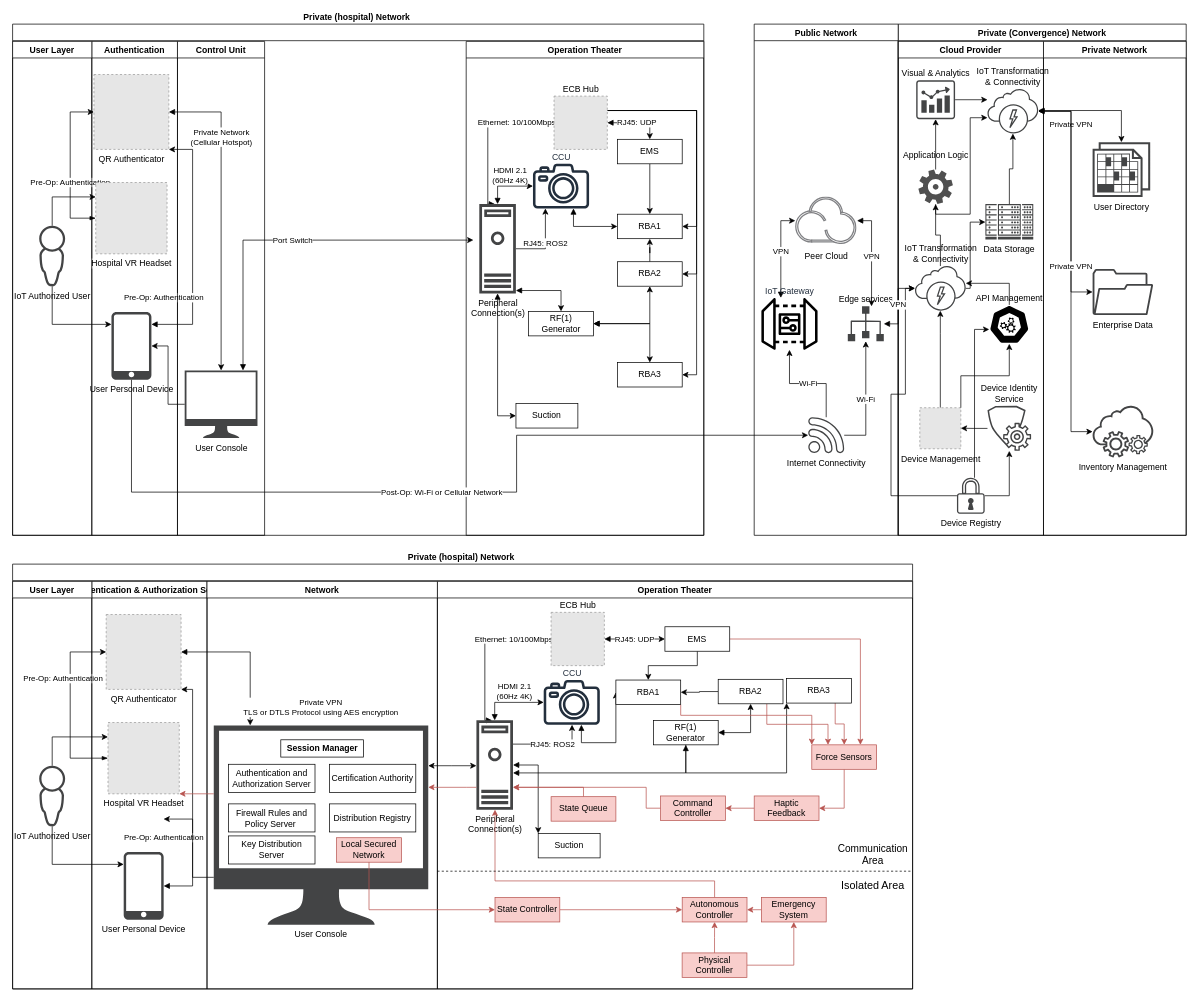
This is ConvMed-V01Architecture.drawio from PJPDQ/Engineering-Workflows, a draw.io file, before an edit. Source tidied: cells renumbered, new cells numbered last; positions are measured from the earlier drawing's top-left corner, leaving out a move shared by most shapes. Both pictures are drawn from the tidied source at 72%, with x=0, y=0 at pixel (12, 24). Pictures stored in the file or linked from it are replaced by grey dashed boxes.
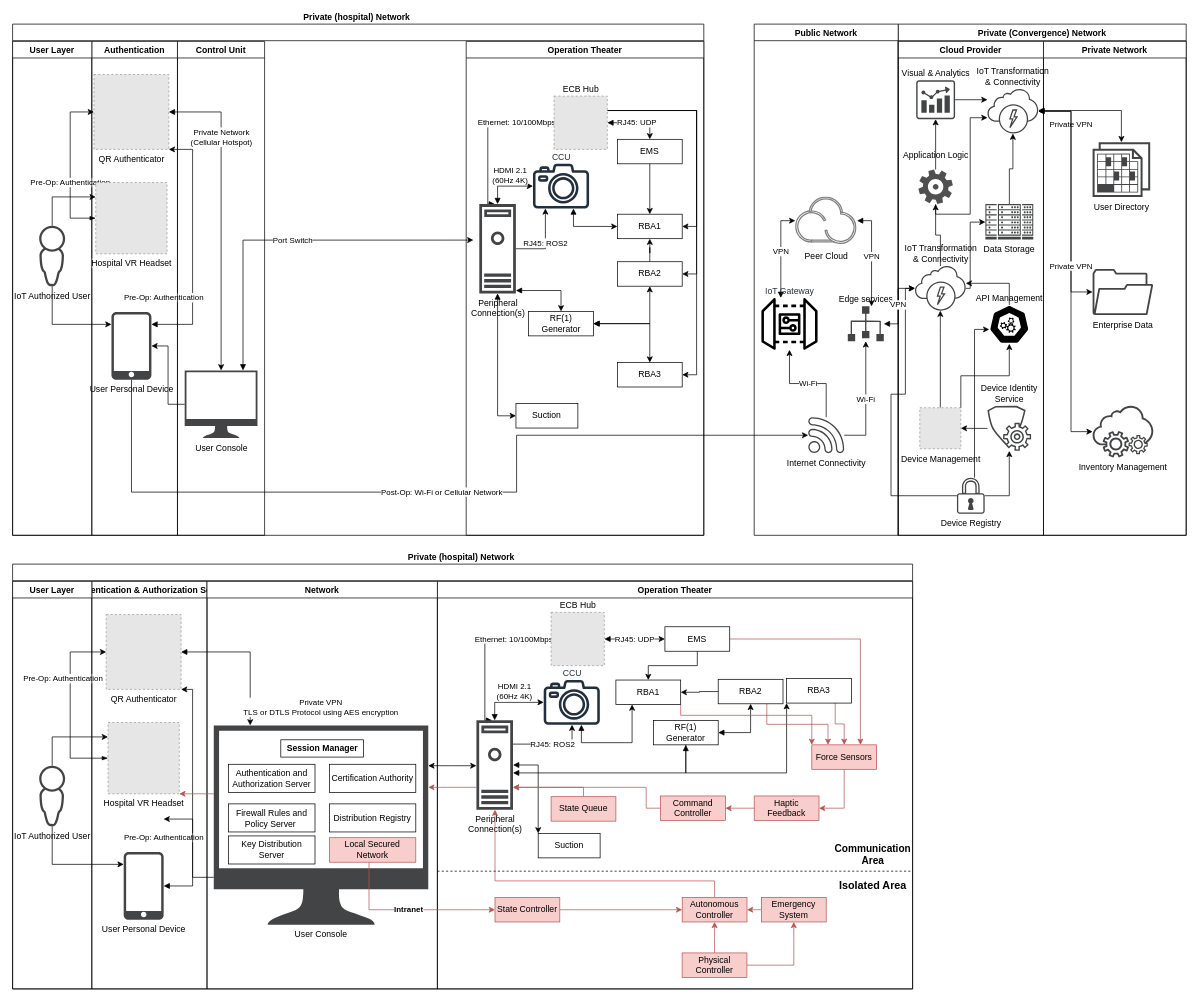
After the change.

Unchanged cells that the change refers to:
```xml
<mxCell id="84" value="&#10;Private (hospital) Network " style="swimlane;shadow=0;verticalAlign=bottom;labelPosition=center;verticalLabelPosition=top;align=center;startSize=23;" parent="1" vertex="1">
  <mxGeometry y="750" width="1250" height="590" as="geometry" />
</mxCell>
<mxCell id="91" value="Operation Theater" style="swimlane;startSize=23;shadow=0;" parent="84" vertex="1">
  <mxGeometry x="590" y="24" width="660" height="566" as="geometry" />
</mxCell>
<mxCell id="99" value="CCU" style="sketch=0;outlineConnect=0;fontColor=#232F3E;gradientColor=none;fillColor=#232F3D;strokeColor=none;dashed=0;verticalLabelPosition=top;verticalAlign=bottom;align=center;html=1;fontSize=12;fontStyle=0;shape=mxgraph.aws4.camera2;labelPosition=center;" parent="91" vertex="1">
  <mxGeometry x="147.6" y="137" width="78" height="62" as="geometry" />
</mxCell>
<mxCell id="107" value="RBA1" style="rounded=0;whiteSpace=wrap;html=1;" parent="91" vertex="1">
  <mxGeometry x="247.9" y="137" width="90" height="34" as="geometry" />
</mxCell>
<mxCell id="126" style="group;" parent="91" vertex="1">
  <mxGeometry x="555" y="359" width="100" height="80" as="geometry" />
</mxCell>
<mxCell id="130" value="State Controller" style="rounded=0;whiteSpace=wrap;html=1;fillColor=#f8cecc;strokeColor=#b85450;" parent="91" vertex="1">
  <mxGeometry x="80" y="439" width="90" height="34" as="geometry" />
</mxCell>
<mxCell id="136" value="Network" style="swimlane;startSize=23;shadow=0;" parent="84" vertex="1">
  <mxGeometry x="270" y="24" width="320" height="566" as="geometry" />
</mxCell>
```

Change to the diagram source:
```diff
@@
-    <mxCell id="98" style="edgeStyle=orthogonalEdgeStyle;shape=connector;rounded=0;jettySize=auto;html=1;entryX=0;entryY=0.5;entryDx=0;entryDy=0;labelBackgroundColor=default;strokeColor=default;align=center;verticalAlign=middle;fontFamily=Helvetica;fontSize=11;fontColor=default;endArrow=classic;startArrow=block;startFill=1;" parent="91" edge="1" source="99" target="107">
+    <mxCell id="98" style="edgeStyle=orthogonalEdgeStyle;shape=connector;rounded=0;jettySize=auto;html=1;entryX=0.25;entryY=1;entryDx=0;entryDy=0;labelBackgroundColor=default;strokeColor=default;align=center;verticalAlign=middle;fontFamily=Helvetica;fontSize=11;fontColor=default;endArrow=classic;startArrow=block;startFill=1;" parent="91" edge="1" source="99" target="107">
       <mxGeometry relative="1" as="geometry">
         <Array as="points">
           <mxPoint x="200" y="224" />
+          <mxPoint x="270" y="224" />
         </Array>
       </mxGeometry>
     </mxCell>
@@
-    <mxCell id="127" value="&lt;font style=&quot;font-size: 15px;&quot;&gt;Isolated Area&lt;/font&gt;" style="text;html=1;align=center;verticalAlign=middle;whiteSpace=wrap;rounded=0;" parent="126" vertex="1">
+    <mxCell id="127" value="&lt;font style=&quot;font-size: 15px;&quot;&gt;&lt;b&gt;Isolated Area&lt;/b&gt;&lt;/font&gt;" style="text;html=1;align=center;verticalAlign=middle;whiteSpace=wrap;rounded=0;" parent="126" vertex="1">
       <mxGeometry y="46" width="100" height="34" as="geometry" />
     </mxCell>
-    <mxCell id="128" value="&lt;font style=&quot;font-size: 14px;&quot;&gt;Communication Area&lt;/font&gt;" style="text;html=1;align=center;verticalAlign=middle;whiteSpace=wrap;rounded=0;" parent="126" vertex="1">
+    <mxCell id="128" value="&lt;font style=&quot;font-size: 14px;&quot;&gt;&lt;b&gt;Communication Area&lt;/b&gt;&lt;/font&gt;" style="text;html=1;align=center;verticalAlign=middle;whiteSpace=wrap;rounded=0;" parent="126" vertex="1">
       <mxGeometry x="5" width="90" height="40" as="geometry" />
     </mxCell>
@@
     <mxCell id="145" value="Local Secured Network" style="rounded=0;whiteSpace=wrap;html=1;fillColor=#f8cecc;strokeColor=#b85450;" parent="136" vertex="1">
-      <mxGeometry x="180" y="356" width="90" height="34" as="geometry" />
+      <mxGeometry x="170" y="356" width="120" height="34" as="geometry" />
     </mxCell>
@@
-    <mxCell id="151" style="edgeStyle=orthogonalEdgeStyle;rounded=0;jettySize=auto;html=1;entryX=0;entryY=0.5;entryDx=0;entryDy=0;fillColor=#f8cecc;strokeColor=#b85450;" parent="84" edge="1" source="145" target="130">
+    <mxCell id="151" value="&lt;b&gt;Intranet&lt;/b&gt;" style="edgeStyle=orthogonalEdgeStyle;rounded=0;jettySize=auto;html=1;entryX=0;entryY=0.5;entryDx=0;entryDy=0;fillColor=#f8cecc;strokeColor=#b85450;" parent="84" edge="1" source="145" target="130">
       <mxGeometry relative="1" as="geometry">
         <Array as="points">
           <mxPoint x="495" y="480" />
         </Array>
       </mxGeometry>
     </mxCell>
```
